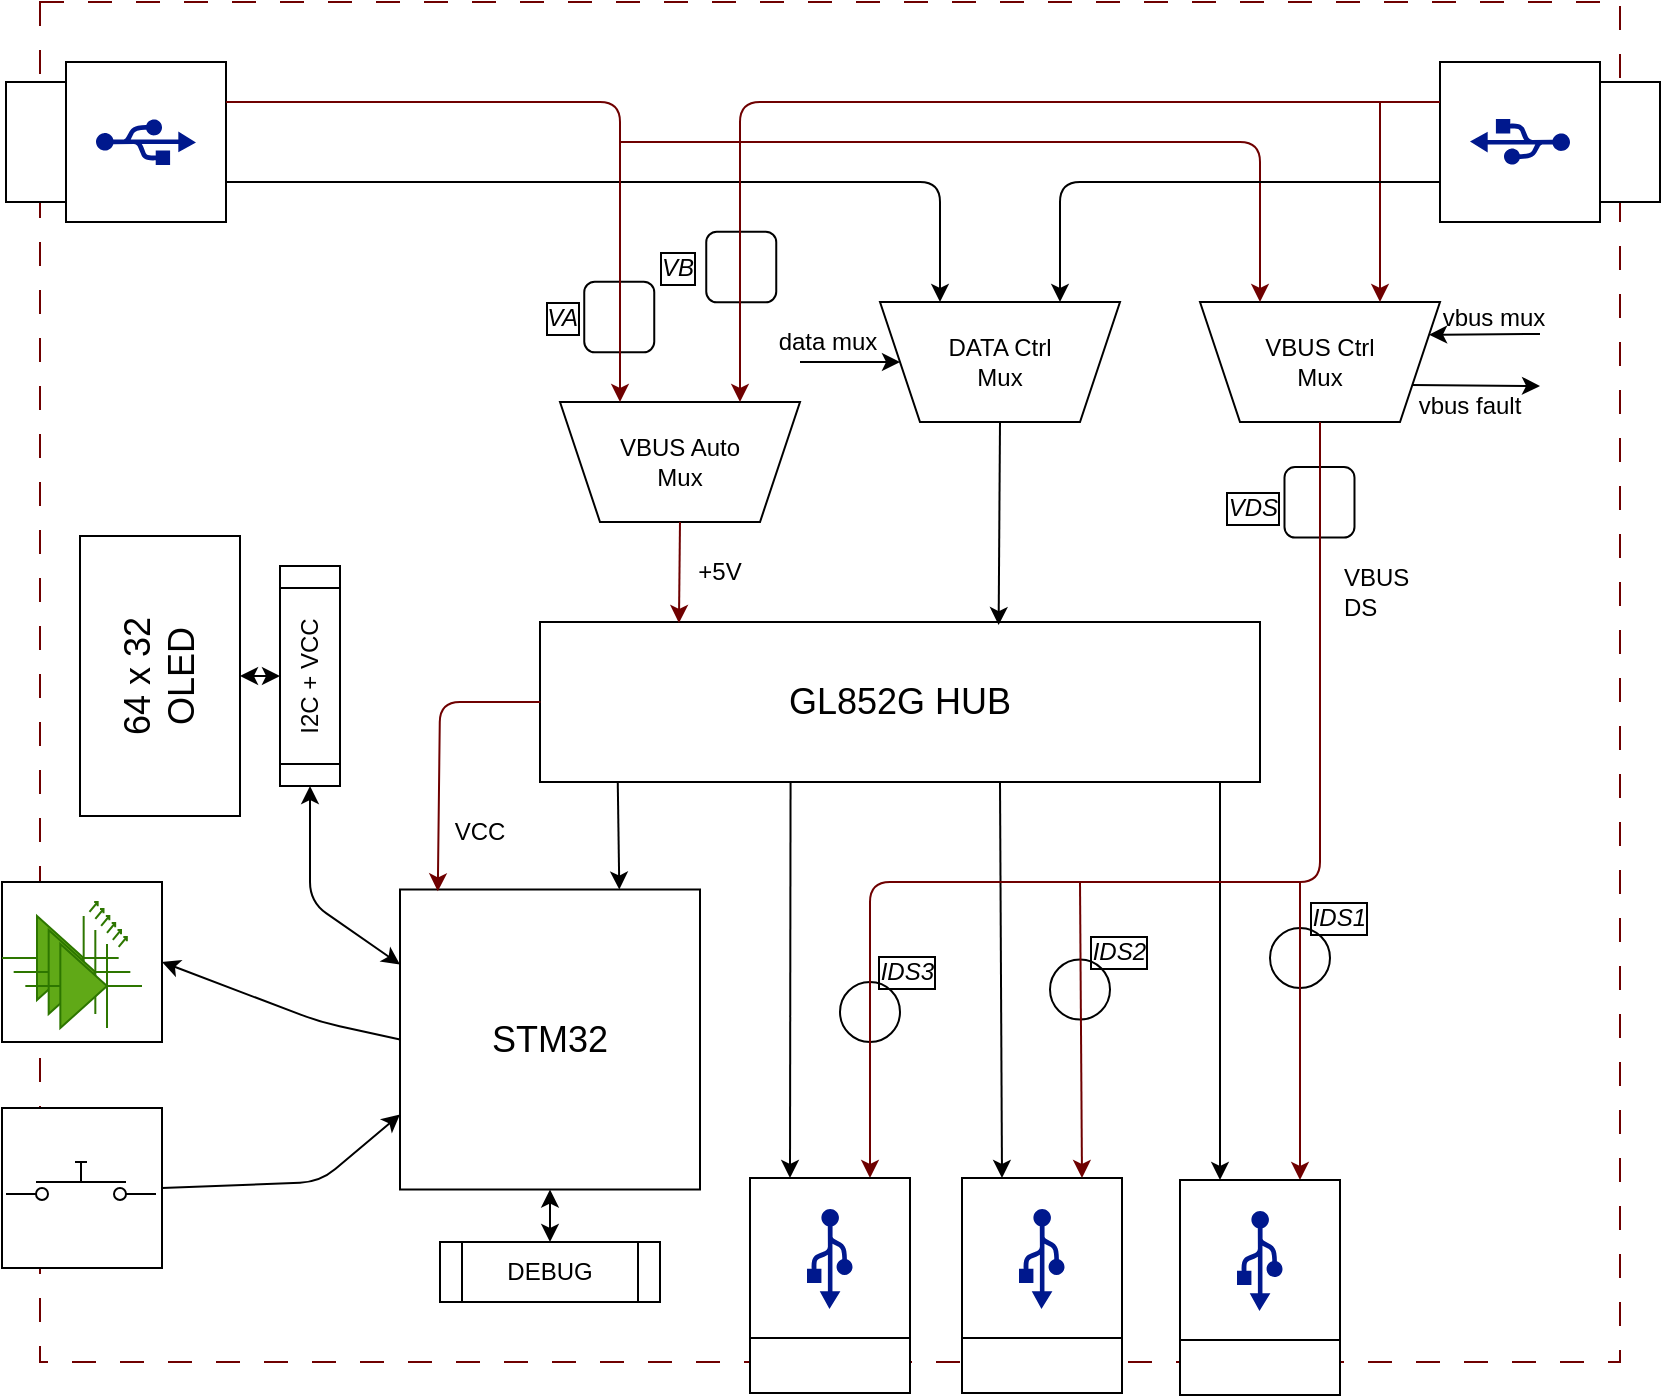
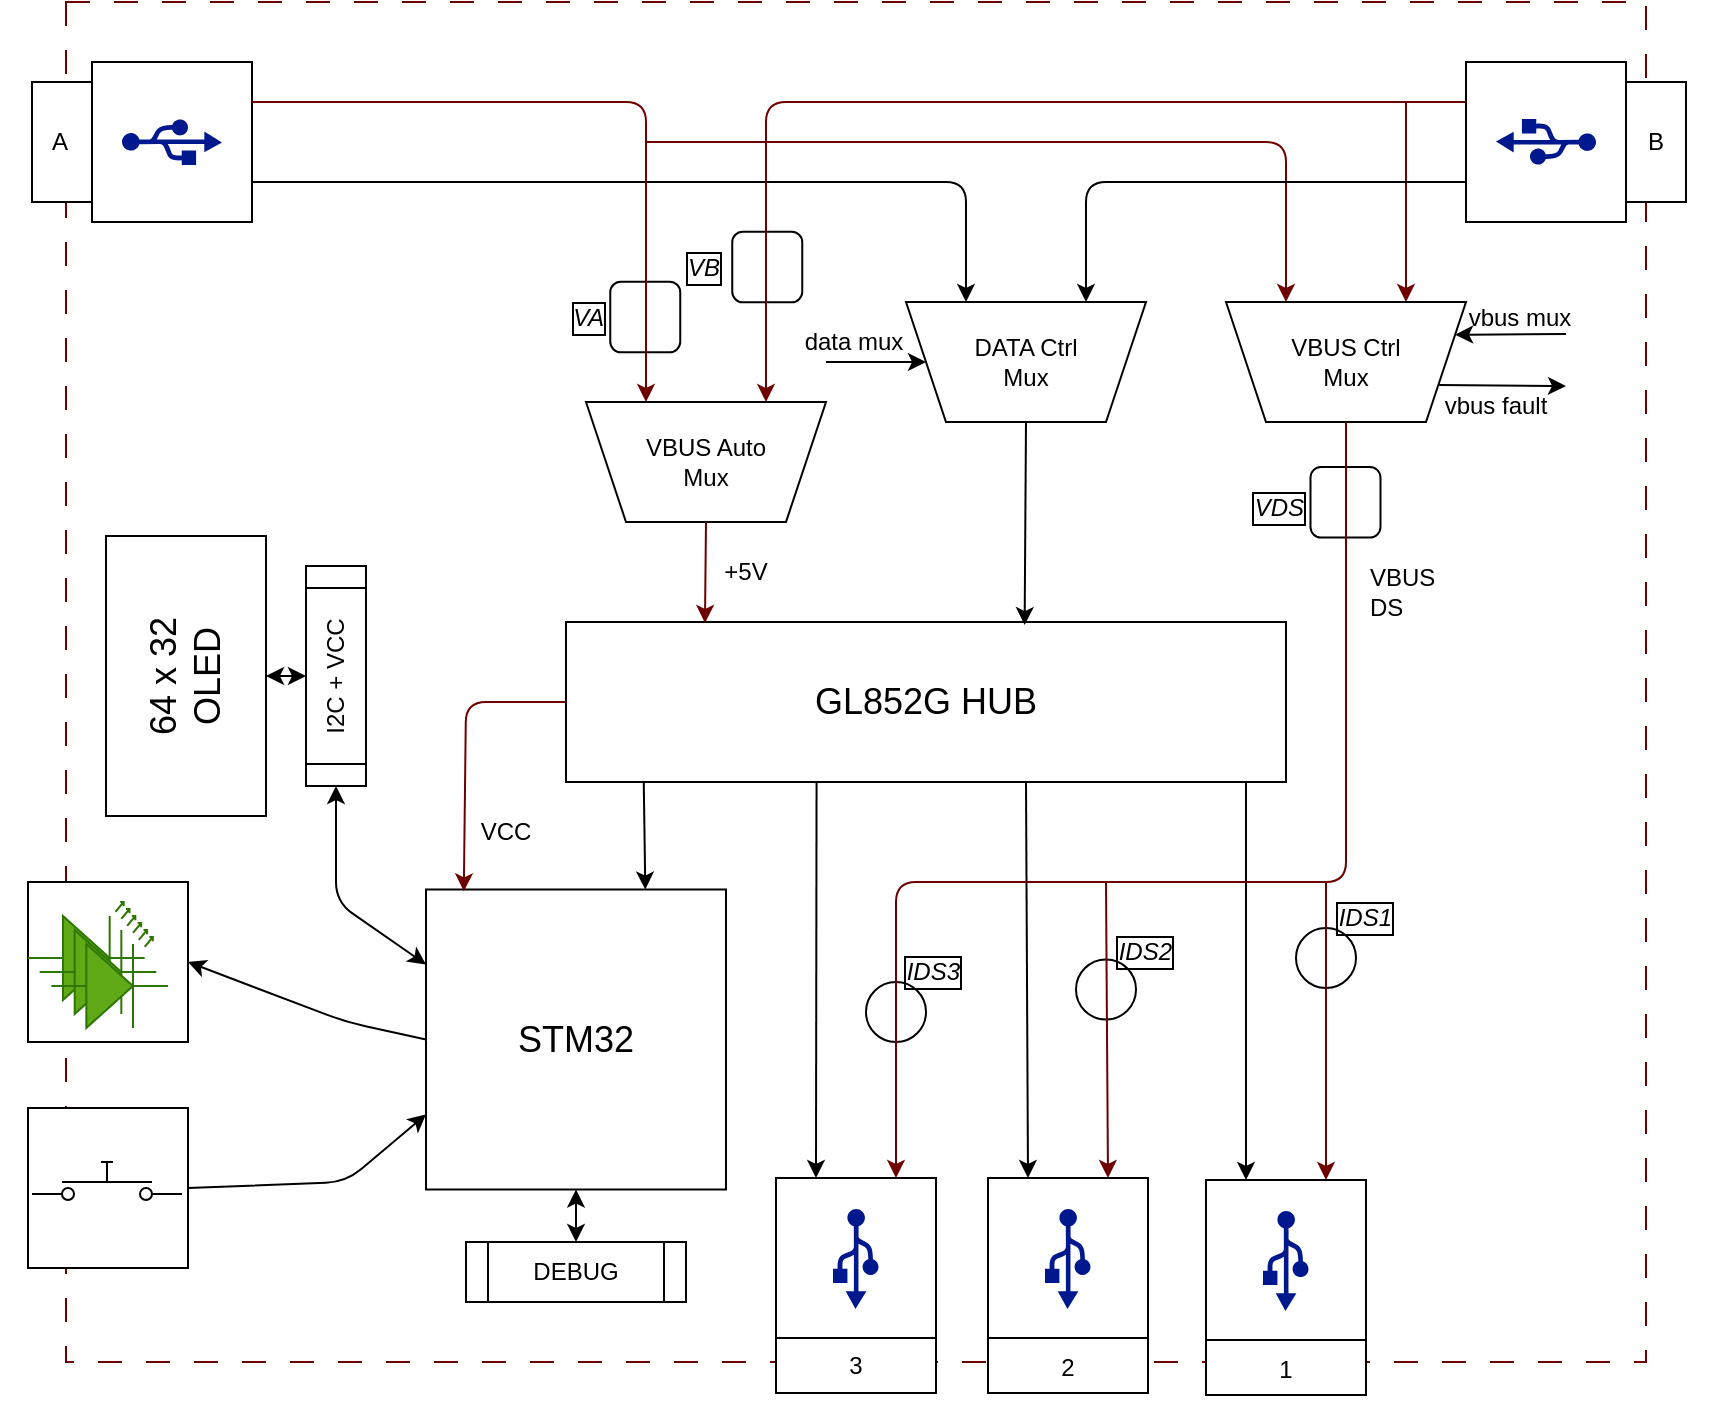
<mxfile host="65bd71144e">
    <diagram id="sAbK4xssbHi50nSDWy0u" name="Page-1">
-         <mxGraphModel dx="1819" dy="849" grid="1" gridSize="10" guides="1" tooltips="1" connect="1" arrows="1" fold="1" page="1" pageScale="1" pageWidth="1169" pageHeight="1654" math="0" shadow="0" adaptiveColors="auto">
+         <mxGraphModel dx="2098" dy="980" grid="1" gridSize="10" guides="1" tooltips="1" connect="1" arrows="1" fold="1" page="1" pageScale="1" pageWidth="1169" pageHeight="1654" math="0" shadow="0" adaptiveColors="auto">
            <root>
                <mxCell id="0"/>
                <mxCell id="1" parent="0"/>
                <mxCell id="285" value="" style="rounded=0;whiteSpace=wrap;html=1;dashed=1;dashPattern=12 12;fillColor=none;fontColor=#ffffff;strokeColor=#6F0000;" vertex="1" parent="1">
                    <mxGeometry x="100" y="530" width="790" height="680" as="geometry"/>
                </mxCell>
                <mxCell id="165" value="" style="group" vertex="1" connectable="0" parent="1">
                    <mxGeometry x="360" y="730" width="120" height="60" as="geometry"/>
                </mxCell>
                <mxCell id="163" value="&#xa;" style="shape=trapezoid;perimeter=trapezoidPerimeter;fixedSize=1;rotation=180;whiteSpace=wrap;labelPosition=center;verticalLabelPosition=middle;align=center;verticalAlign=middle;textDirection=ltr;horizontal=1;direction=east;flipH=1;flipV=0;" vertex="1" parent="165">
                    <mxGeometry width="120" height="60" as="geometry"/>
                </mxCell>
                <mxCell id="164" value="VBUS Auto Mux" style="text;strokeColor=none;align=center;fillColor=none;html=1;verticalAlign=middle;whiteSpace=wrap;rounded=0;" vertex="1" parent="165">
                    <mxGeometry x="25" y="15" width="70" height="30" as="geometry"/>
                </mxCell>
                <mxCell id="166" value="" style="group" vertex="1" connectable="0" parent="1">
                    <mxGeometry x="680" y="680" width="120" height="60" as="geometry"/>
                </mxCell>
                <mxCell id="167" value="&#xa;" style="shape=trapezoid;perimeter=trapezoidPerimeter;fixedSize=1;rotation=180;whiteSpace=wrap;labelPosition=center;verticalLabelPosition=middle;align=center;verticalAlign=middle;textDirection=ltr;horizontal=1;direction=east;flipH=1;flipV=0;" vertex="1" parent="166">
                    <mxGeometry width="120" height="60" as="geometry"/>
                </mxCell>
                <mxCell id="168" value="VBUS Ctrl Mux" style="text;strokeColor=none;align=center;fillColor=none;html=1;verticalAlign=middle;whiteSpace=wrap;rounded=0;" vertex="1" parent="166">
                    <mxGeometry x="30" y="15" width="60" height="30" as="geometry"/>
                </mxCell>
                <mxCell id="169" value="" style="group" vertex="1" connectable="0" parent="1">
                    <mxGeometry x="520" y="680" width="120" height="60" as="geometry"/>
                </mxCell>
                <mxCell id="170" value="&#xa;" style="shape=trapezoid;perimeter=trapezoidPerimeter;fixedSize=1;rotation=180;whiteSpace=wrap;labelPosition=center;verticalLabelPosition=middle;align=center;verticalAlign=middle;textDirection=ltr;horizontal=1;direction=east;flipH=1;flipV=0;" vertex="1" parent="169">
                    <mxGeometry width="120" height="60" as="geometry"/>
                </mxCell>
                <mxCell id="171" value="DATA Ctrl Mux" style="text;strokeColor=none;align=center;fillColor=none;html=1;verticalAlign=middle;whiteSpace=wrap;rounded=0;" vertex="1" parent="169">
                    <mxGeometry x="30" y="15" width="60" height="30" as="geometry"/>
                </mxCell>
                <mxCell id="172" value="&lt;font style=&quot;font-size: 18px;&quot;&gt;STM32&lt;/font&gt;" style="whiteSpace=wrap;html=1;aspect=fixed;" vertex="1" parent="1">
                    <mxGeometry x="280" y="973.75" width="150" height="150" as="geometry"/>
                </mxCell>
                <mxCell id="173" value="&lt;font style=&quot;font-size: 18px;&quot;&gt;GL852G HUB&lt;/font&gt;" style="whiteSpace=wrap;html=1;" vertex="1" parent="1">
                    <mxGeometry x="350" y="840" width="360" height="80" as="geometry"/>
                </mxCell>
                <mxCell id="200" value="&lt;div&gt;&lt;font style=&quot;font-size: 18px;&quot;&gt;64 x 32&lt;/font&gt;&lt;/div&gt;&lt;font style=&quot;font-size: 18px;&quot;&gt;OLED&lt;/font&gt;" style="whiteSpace=wrap;html=1;rotation=-90;" vertex="1" parent="1">
                    <mxGeometry x="90" y="827" width="140" height="80" as="geometry"/>
                </mxCell>
                <mxCell id="201" value="" style="group" vertex="1" connectable="0" parent="1">
                    <mxGeometry x="83" y="560" width="110" height="80" as="geometry"/>
                </mxCell>
                <mxCell id="158" value="" style="whiteSpace=wrap;html=1;" vertex="1" parent="201">
                    <mxGeometry y="10" width="30" height="60" as="geometry"/>
                </mxCell>
                <mxCell id="159" value="" style="group" vertex="1" connectable="0" parent="201">
                    <mxGeometry x="30" width="80" height="80" as="geometry"/>
                </mxCell>
                <mxCell id="157" value="" style="whiteSpace=wrap;html=1;aspect=fixed;" vertex="1" parent="159">
                    <mxGeometry width="80" height="80" as="geometry"/>
                </mxCell>
                <mxCell id="156" value="" style="sketch=0;aspect=fixed;pointerEvents=1;shadow=0;dashed=0;html=1;strokeColor=none;labelPosition=center;verticalLabelPosition=bottom;verticalAlign=top;align=center;fillColor=#00188D;shape=mxgraph.mscae.enterprise.usb" vertex="1" parent="159">
                    <mxGeometry x="15" y="28.5" width="50" height="23" as="geometry"/>
                </mxCell>
+                 <mxCell id="290" value="A" style="text;strokeColor=none;align=center;fillColor=none;html=1;verticalAlign=middle;whiteSpace=wrap;rounded=0;" vertex="1" parent="201">
+                     <mxGeometry x="-16" y="25" width="60" height="30" as="geometry"/>
+                 </mxCell>
                <mxCell id="202" value="" style="group;flipH=1;flipV=1;" vertex="1" connectable="0" parent="1">
-                     <mxGeometry x="800" y="560" width="110" height="80" as="geometry"/>
+                     <mxGeometry x="800" y="560" width="125" height="80" as="geometry"/>
                </mxCell>
                <mxCell id="203" value="" style="whiteSpace=wrap;html=1;" vertex="1" parent="202">
                    <mxGeometry x="80" y="10" width="30" height="60" as="geometry"/>
                </mxCell>
                <mxCell id="204" value="" style="group" vertex="1" connectable="0" parent="202">
                    <mxGeometry width="80" height="80" as="geometry"/>
                </mxCell>
                <mxCell id="205" value="" style="whiteSpace=wrap;html=1;aspect=fixed;" vertex="1" parent="204">
                    <mxGeometry width="80" height="80" as="geometry"/>
                </mxCell>
                <mxCell id="206" value="" style="sketch=0;aspect=fixed;pointerEvents=1;shadow=0;dashed=0;html=1;strokeColor=none;labelPosition=center;verticalLabelPosition=bottom;verticalAlign=top;align=center;fillColor=#00188D;shape=mxgraph.mscae.enterprise.usb;direction=west;" vertex="1" parent="204">
                    <mxGeometry x="15" y="28.5" width="50" height="23" as="geometry"/>
                </mxCell>
+                 <mxCell id="291" value="B" style="text;strokeColor=none;align=center;fillColor=none;html=1;verticalAlign=middle;whiteSpace=wrap;rounded=0;" vertex="1" parent="202">
+                     <mxGeometry x="65" y="25" width="60" height="30" as="geometry"/>
+                 </mxCell>
                <mxCell id="216" value="" style="endArrow=classic;html=1;fillColor=#a20025;strokeColor=#6F0000;" edge="1" parent="1">
                    <mxGeometry width="50" height="50" relative="1" as="geometry">
                        <mxPoint x="390" y="600" as="sourcePoint"/>
                        <mxPoint x="710" y="680" as="targetPoint"/>
                        <Array as="points">
                            <mxPoint x="390" y="600"/>
                            <mxPoint x="710" y="600"/>
                        </Array>
                    </mxGeometry>
                </mxCell>
                <mxCell id="218" value="" style="endArrow=classic;html=1;entryX=0.25;entryY=1;entryDx=0;entryDy=0;strokeColor=#6F0000;fillColor=#a20025;" edge="1" parent="1" target="167">
                    <mxGeometry width="50" height="50" relative="1" as="geometry">
                        <mxPoint x="770" y="580" as="sourcePoint"/>
                        <mxPoint x="630" y="550" as="targetPoint"/>
                    </mxGeometry>
                </mxCell>
                <mxCell id="219" value="" style="endArrow=classic;html=1;exitX=1;exitY=0.75;exitDx=0;exitDy=0;entryX=0.75;entryY=1;entryDx=0;entryDy=0;" edge="1" parent="1" source="157" target="170">
                    <mxGeometry width="50" height="50" relative="1" as="geometry">
                        <mxPoint x="360" y="620" as="sourcePoint"/>
                        <mxPoint x="630" y="550" as="targetPoint"/>
                        <Array as="points">
                            <mxPoint x="550" y="620"/>
                        </Array>
                    </mxGeometry>
                </mxCell>
                <mxCell id="220" value="" style="endArrow=classic;html=1;exitX=0;exitY=0.75;exitDx=0;exitDy=0;entryX=0.25;entryY=1;entryDx=0;entryDy=0;" edge="1" parent="1" source="205" target="170">
                    <mxGeometry width="50" height="50" relative="1" as="geometry">
                        <mxPoint x="365" y="630" as="sourcePoint"/>
                        <mxPoint x="560" y="690" as="targetPoint"/>
                        <Array as="points">
                            <mxPoint x="610" y="620"/>
                        </Array>
                    </mxGeometry>
                </mxCell>
                <mxCell id="221" value="" style="endArrow=classic;html=1;exitX=0.5;exitY=0;exitDx=0;exitDy=0;entryX=0.637;entryY=0.019;entryDx=0;entryDy=0;entryPerimeter=0;" edge="1" parent="1" source="170" target="173">
                    <mxGeometry width="50" height="50" relative="1" as="geometry">
                        <mxPoint x="570" y="720" as="sourcePoint"/>
                        <mxPoint x="620" y="670" as="targetPoint"/>
                    </mxGeometry>
                </mxCell>
                <mxCell id="222" value="" style="endArrow=classic;html=1;exitX=0.348;exitY=0.993;exitDx=0;exitDy=0;exitPerimeter=0;entryX=0;entryY=0.75;entryDx=0;entryDy=0;" edge="1" parent="1" source="173" target="179">
                    <mxGeometry width="50" height="50" relative="1" as="geometry">
                        <mxPoint x="479.51" y="920" as="sourcePoint"/>
                        <mxPoint x="479.47" y="1019.52" as="targetPoint"/>
                    </mxGeometry>
                </mxCell>
                <mxCell id="224" value="" style="endArrow=classic;html=1;entryX=0;entryY=0.75;entryDx=0;entryDy=0;exitX=0.5;exitY=1;exitDx=0;exitDy=0;" edge="1" parent="1" target="190">
                    <mxGeometry width="50" height="50" relative="1" as="geometry">
                        <mxPoint x="580" y="920" as="sourcePoint"/>
                        <mxPoint x="581" y="1020" as="targetPoint"/>
                    </mxGeometry>
                </mxCell>
                <mxCell id="226" value="" style="endArrow=classic;html=1;exitX=0.871;exitY=0.996;exitDx=0;exitDy=0;exitPerimeter=0;entryX=0;entryY=0.75;entryDx=0;entryDy=0;" edge="1" parent="1" target="196">
                    <mxGeometry width="50" height="50" relative="1" as="geometry">
                        <mxPoint x="690" y="919.6799999999998" as="sourcePoint"/>
                        <mxPoint x="690.28" y="1020" as="targetPoint"/>
                    </mxGeometry>
                </mxCell>
                <mxCell id="231" value="" style="ellipse;whiteSpace=wrap;html=1;aspect=fixed;" vertex="1" parent="1">
                    <mxGeometry x="500" y="1020" width="30" height="30" as="geometry"/>
                </mxCell>
                <mxCell id="225" value="" style="group" vertex="1" connectable="0" parent="1">
-                     <mxGeometry x="561" y="1118" width="80" height="107.5" as="geometry"/>
+                     <mxGeometry x="561" y="1118" width="80" height="110" as="geometry"/>
                </mxCell>
                <mxCell id="189" value="" style="group;rotation=90;" vertex="1" connectable="0" parent="225">
                    <mxGeometry width="80" height="80" as="geometry"/>
                </mxCell>
                <mxCell id="190" value="" style="whiteSpace=wrap;html=1;aspect=fixed;rotation=90;" vertex="1" parent="189">
                    <mxGeometry width="80" height="80" as="geometry"/>
                </mxCell>
                <mxCell id="191" value="" style="sketch=0;aspect=fixed;pointerEvents=1;shadow=0;dashed=0;html=1;strokeColor=none;labelPosition=center;verticalLabelPosition=bottom;verticalAlign=top;align=center;fillColor=#00188D;shape=mxgraph.mscae.enterprise.usb;rotation=90;" vertex="1" parent="189">
                    <mxGeometry x="15" y="29" width="50" height="23" as="geometry"/>
                </mxCell>
                <mxCell id="192" value="" style="whiteSpace=wrap;html=1;rotation=90;" vertex="1" parent="225">
                    <mxGeometry x="26.25" y="53.75" width="27.5" height="80" as="geometry"/>
+                 </mxCell>
+                 <mxCell id="288" value="2" style="text;strokeColor=none;align=center;fillColor=none;html=1;verticalAlign=middle;whiteSpace=wrap;rounded=0;" vertex="1" parent="225">
+                     <mxGeometry x="10" y="80" width="60" height="30" as="geometry"/>
                </mxCell>
                <mxCell id="235" value="" style="ellipse;whiteSpace=wrap;html=1;aspect=fixed;" vertex="1" parent="1">
                    <mxGeometry x="605" y="1008.75" width="30" height="30" as="geometry"/>
                </mxCell>
                <mxCell id="240" value="" style="ellipse;whiteSpace=wrap;html=1;aspect=fixed;" vertex="1" parent="1">
                    <mxGeometry x="715" y="993" width="30" height="30" as="geometry"/>
                </mxCell>
                <mxCell id="228" value="" style="endArrow=classic;html=1;entryX=0;entryY=0.25;entryDx=0;entryDy=0;fillColor=#a20025;strokeColor=#6F0000;" edge="1" parent="1" target="190">
                    <mxGeometry width="50" height="50" relative="1" as="geometry">
                        <mxPoint x="620" y="970" as="sourcePoint"/>
                        <mxPoint x="550" y="850" as="targetPoint"/>
                    </mxGeometry>
                </mxCell>
                <mxCell id="229" value="" style="endArrow=classic;html=1;entryX=0;entryY=0.25;entryDx=0;entryDy=0;fillColor=#a20025;strokeColor=#6F0000;" edge="1" parent="1" target="196">
                    <mxGeometry width="50" height="50" relative="1" as="geometry">
                        <mxPoint x="730" y="970" as="sourcePoint"/>
                        <mxPoint x="730" y="1020" as="targetPoint"/>
                    </mxGeometry>
                </mxCell>
                <mxCell id="241" value="" style="rounded=1;whiteSpace=wrap;html=1;rotation=90;" vertex="1" parent="1">
                    <mxGeometry x="722.12" y="762.63" width="35.25" height="35" as="geometry"/>
                </mxCell>
                <mxCell id="227" value="" style="endArrow=classic;html=1;entryX=0;entryY=0.25;entryDx=0;entryDy=0;exitX=0.5;exitY=0;exitDx=0;exitDy=0;fillColor=#a20025;strokeColor=#6F0000;" edge="1" parent="1" source="167" target="179">
                    <mxGeometry width="50" height="50" relative="1" as="geometry">
                        <mxPoint x="480" y="900" as="sourcePoint"/>
                        <mxPoint x="530" y="850" as="targetPoint"/>
                        <Array as="points">
                            <mxPoint x="740" y="970"/>
                            <mxPoint x="515" y="970"/>
                        </Array>
                    </mxGeometry>
                </mxCell>
                <mxCell id="243" value="" style="rounded=1;whiteSpace=wrap;html=1;rotation=90;" vertex="1" parent="1">
                    <mxGeometry x="372" y="670" width="35.25" height="35" as="geometry"/>
                </mxCell>
                <mxCell id="244" value="" style="rounded=1;whiteSpace=wrap;html=1;rotation=90;" vertex="1" parent="1">
                    <mxGeometry x="433" y="645" width="35.25" height="35" as="geometry"/>
                </mxCell>
                <mxCell id="246" value="" style="endArrow=classic;html=1;entryX=0.193;entryY=0.006;entryDx=0;entryDy=0;entryPerimeter=0;fillColor=#a20025;strokeColor=light-dark(#6F0000,#CC0000);" edge="1" parent="1" target="173">
                    <mxGeometry width="50" height="50" relative="1" as="geometry">
                        <mxPoint x="420" y="790" as="sourcePoint"/>
                        <mxPoint x="418" y="830" as="targetPoint"/>
                    </mxGeometry>
                </mxCell>
                <mxCell id="247" value="" style="endArrow=classic;html=1;exitX=0.137;exitY=1.006;exitDx=0;exitDy=0;exitPerimeter=0;entryX=0.126;entryY=0.006;entryDx=0;entryDy=0;entryPerimeter=0;fillColor=#a20025;strokeColor=light-dark(#6F0000,#CC0000);" edge="1" parent="1" target="172">
                    <mxGeometry width="50" height="50" relative="1" as="geometry">
                        <mxPoint x="350.22" y="880" as="sourcePoint"/>
                        <mxPoint x="300" y="970" as="targetPoint"/>
                        <Array as="points">
                            <mxPoint x="300" y="880"/>
                        </Array>
                    </mxGeometry>
                </mxCell>
                <mxCell id="248" value="" style="endArrow=classic;html=1;entryX=0.731;entryY=0;entryDx=0;entryDy=0;entryPerimeter=0;exitX=0.108;exitY=1.002;exitDx=0;exitDy=0;exitPerimeter=0;" edge="1" parent="1" source="173" target="172">
                    <mxGeometry width="50" height="50" relative="1" as="geometry">
                        <mxPoint x="350" y="950" as="sourcePoint"/>
                        <mxPoint x="400" y="900" as="targetPoint"/>
                    </mxGeometry>
                </mxCell>
                <mxCell id="251" value="" style="group" vertex="1" connectable="0" parent="1">
                    <mxGeometry x="81" y="970" width="80" height="80" as="geometry"/>
                </mxCell>
                <mxCell id="249" value="" style="whiteSpace=wrap;html=1;aspect=fixed;" vertex="1" parent="251">
                    <mxGeometry width="80" height="80" as="geometry"/>
                </mxCell>
                <mxCell id="250" value="" style="group" vertex="1" connectable="0" parent="251">
                    <mxGeometry y="10" width="70" height="70" as="geometry"/>
                </mxCell>
                <mxCell id="115" value="" style="verticalLabelPosition=bottom;shadow=0;dashed=0;align=center;html=1;verticalAlign=top;shape=mxgraph.electrical.opto_electronics.led_2;pointerEvents=1;fillStyle=solid;fillColor=light-dark(#60A917,#CC0000);fontColor=#ffffff;strokeColor=#2D7600;" vertex="1" parent="250">
                    <mxGeometry width="58.333333333333336" height="49" as="geometry"/>
                </mxCell>
                <mxCell id="116" value="" style="verticalLabelPosition=bottom;shadow=0;dashed=0;align=center;html=1;verticalAlign=top;shape=mxgraph.electrical.opto_electronics.led_2;pointerEvents=1;fillStyle=solid;fillColor=light-dark(#60A917,#60A917);fontColor=#ffffff;strokeColor=#2D7600;" vertex="1" parent="250">
                    <mxGeometry x="5.833333333333334" y="7" width="58.333333333333336" height="49" as="geometry"/>
                </mxCell>
                <mxCell id="117" value="" style="verticalLabelPosition=bottom;shadow=0;dashed=0;align=center;html=1;verticalAlign=top;shape=mxgraph.electrical.opto_electronics.led_2;pointerEvents=1;fillStyle=solid;fillColor=light-dark(#60A917,#0000FF);fontColor=#ffffff;strokeColor=#2D7600;" vertex="1" parent="250">
                    <mxGeometry x="11.666666666666668" y="14" width="58.333333333333336" height="49" as="geometry"/>
                </mxCell>
                <mxCell id="253" value="" style="group" vertex="1" connectable="0" parent="1">
                    <mxGeometry x="81" y="1083" width="80" height="80" as="geometry"/>
                </mxCell>
                <mxCell id="252" value="" style="whiteSpace=wrap;html=1;aspect=fixed;" vertex="1" parent="253">
                    <mxGeometry width="80" height="80" as="geometry"/>
                </mxCell>
                <mxCell id="118" value="" style="html=1;shape=mxgraph.electrical.electro-mechanical.pushbutton;aspect=fixed;elSwitchState=off;" vertex="1" parent="253">
                    <mxGeometry x="2" y="27" width="75" height="20" as="geometry"/>
                </mxCell>
                <mxCell id="254" value="DEBUG" style="shape=process;whiteSpace=wrap;html=1;backgroundOutline=1;" vertex="1" parent="1">
                    <mxGeometry x="300" y="1150" width="110" height="30" as="geometry"/>
                </mxCell>
                <mxCell id="255" value="I2C + VCC" style="shape=process;whiteSpace=wrap;html=1;backgroundOutline=1;rotation=-90;" vertex="1" parent="1">
                    <mxGeometry x="180" y="852" width="110" height="30" as="geometry"/>
                </mxCell>
                <mxCell id="256" value="" style="endArrow=classic;startArrow=classic;html=1;entryX=0;entryY=0.5;entryDx=0;entryDy=0;exitX=0;exitY=0.25;exitDx=0;exitDy=0;" edge="1" parent="1" source="172" target="255">
                    <mxGeometry width="50" height="50" relative="1" as="geometry">
                        <mxPoint x="240" y="1030" as="sourcePoint"/>
                        <mxPoint x="290" y="980" as="targetPoint"/>
                        <Array as="points">
                            <mxPoint x="235" y="980"/>
                            <mxPoint x="235" y="960"/>
                        </Array>
                    </mxGeometry>
                </mxCell>
                <mxCell id="257" value="" style="endArrow=classic;html=1;exitX=0;exitY=0.5;exitDx=0;exitDy=0;entryX=1;entryY=0.5;entryDx=0;entryDy=0;" edge="1" parent="1" source="172" target="249">
                    <mxGeometry width="50" height="50" relative="1" as="geometry">
                        <mxPoint x="240" y="1030" as="sourcePoint"/>
                        <mxPoint x="290" y="980" as="targetPoint"/>
                        <Array as="points">
                            <mxPoint x="240" y="1040"/>
                        </Array>
                    </mxGeometry>
                </mxCell>
                <mxCell id="259" value="" style="endArrow=classic;html=1;exitX=1;exitY=0.5;exitDx=0;exitDy=0;entryX=0;entryY=0.75;entryDx=0;entryDy=0;" edge="1" parent="1" source="252" target="172">
                    <mxGeometry width="50" height="50" relative="1" as="geometry">
                        <mxPoint x="195" y="1260" as="sourcePoint"/>
                        <mxPoint x="245" y="1210" as="targetPoint"/>
                        <Array as="points">
                            <mxPoint x="240" y="1120"/>
                        </Array>
                    </mxGeometry>
                </mxCell>
                <mxCell id="260" value="" style="endArrow=classic;startArrow=classic;html=1;exitX=0.5;exitY=1;exitDx=0;exitDy=0;entryX=0.5;entryY=0;entryDx=0;entryDy=0;" edge="1" parent="1" source="200" target="255">
                    <mxGeometry width="50" height="50" relative="1" as="geometry">
                        <mxPoint x="240" y="1030" as="sourcePoint"/>
                        <mxPoint x="290" y="980" as="targetPoint"/>
                    </mxGeometry>
                </mxCell>
                <mxCell id="261" value="VCC" style="text;strokeColor=none;align=center;fillColor=none;html=1;verticalAlign=middle;whiteSpace=wrap;rounded=0;" vertex="1" parent="1">
                    <mxGeometry x="290" y="930" width="60" height="30" as="geometry"/>
                </mxCell>
                <mxCell id="262" value="+5V" style="text;strokeColor=none;align=center;fillColor=none;html=1;verticalAlign=middle;whiteSpace=wrap;rounded=0;" vertex="1" parent="1">
                    <mxGeometry x="410" y="800" width="60" height="30" as="geometry"/>
                </mxCell>
                <mxCell id="263" value="VBUS&amp;nbsp;&lt;div&gt;DS&lt;/div&gt;" style="text;strokeColor=none;align=left;fillColor=none;html=1;verticalAlign=middle;whiteSpace=wrap;rounded=0;" vertex="1" parent="1">
                    <mxGeometry x="750" y="810" width="60" height="30" as="geometry"/>
                </mxCell>
                <mxCell id="264" value="VDS" style="text;strokeColor=none;align=right;fillColor=none;html=1;verticalAlign=middle;whiteSpace=wrap;rounded=0;fontStyle=2;labelBorderColor=default;" vertex="1" parent="1">
                    <mxGeometry x="662.12" y="767.63" width="60" height="30" as="geometry"/>
                </mxCell>
                <mxCell id="265" value="VA" style="text;strokeColor=none;align=right;fillColor=none;html=1;verticalAlign=middle;whiteSpace=wrap;rounded=0;fontStyle=2;labelBorderColor=default;" vertex="1" parent="1">
                    <mxGeometry x="312" y="672.5" width="60" height="30" as="geometry"/>
                </mxCell>
                <mxCell id="266" value="VB" style="text;strokeColor=none;align=right;fillColor=none;html=1;verticalAlign=middle;whiteSpace=wrap;rounded=0;fontStyle=2;labelBorderColor=default;" vertex="1" parent="1">
                    <mxGeometry x="370" y="647.5" width="60" height="30" as="geometry"/>
                </mxCell>
                <mxCell id="267" value="IDS3" style="text;strokeColor=none;align=right;fillColor=none;html=1;verticalAlign=middle;whiteSpace=wrap;rounded=0;fontStyle=2;labelBorderColor=default;" vertex="1" parent="1">
                    <mxGeometry x="490" y="1000" width="60" height="30" as="geometry"/>
                </mxCell>
                <mxCell id="268" value="IDS2" style="text;strokeColor=none;align=right;fillColor=none;html=1;verticalAlign=middle;whiteSpace=wrap;rounded=0;fontStyle=2;labelBorderColor=default;" vertex="1" parent="1">
                    <mxGeometry x="596" y="990" width="60" height="30" as="geometry"/>
                </mxCell>
                <mxCell id="269" value="IDS1" style="text;strokeColor=none;align=right;fillColor=none;html=1;verticalAlign=middle;whiteSpace=wrap;rounded=0;fontStyle=2;labelBorderColor=default;" vertex="1" parent="1">
                    <mxGeometry x="705.74" y="972.75" width="60" height="30" as="geometry"/>
                </mxCell>
                <mxCell id="215" style="edgeStyle=none;html=1;entryX=0.25;entryY=1;entryDx=0;entryDy=0;exitX=0;exitY=0.25;exitDx=0;exitDy=0;fillColor=#a20025;strokeColor=light-dark(#6F0000,#CC0000);" edge="1" parent="1" source="205" target="163">
                    <mxGeometry relative="1" as="geometry">
                        <mxPoint x="730" y="580" as="sourcePoint"/>
                        <mxPoint x="455" y="680" as="targetPoint"/>
                        <Array as="points">
                            <mxPoint x="450" y="580"/>
                        </Array>
                    </mxGeometry>
                </mxCell>
                <mxCell id="213" style="edgeStyle=none;html=1;exitX=1;exitY=0.25;exitDx=0;exitDy=0;entryX=0.75;entryY=1;entryDx=0;entryDy=0;fillColor=#a20025;strokeColor=light-dark(#6F0000,#CC0000);" edge="1" parent="1" source="157" target="163">
                    <mxGeometry relative="1" as="geometry">
                        <Array as="points">
                            <mxPoint x="390" y="580"/>
                        </Array>
                    </mxGeometry>
                </mxCell>
                <mxCell id="270" value="" style="endArrow=classic;startArrow=classic;html=1;entryX=0.5;entryY=1;entryDx=0;entryDy=0;exitX=0.5;exitY=0;exitDx=0;exitDy=0;" edge="1" parent="1" source="254" target="172">
                    <mxGeometry width="50" height="50" relative="1" as="geometry">
                        <mxPoint x="350" y="1150" as="sourcePoint"/>
                        <mxPoint x="400" y="1100" as="targetPoint"/>
                    </mxGeometry>
                </mxCell>
                <mxCell id="275" value="" style="endArrow=classic;html=1;" edge="1" parent="1">
                    <mxGeometry width="50" height="50" relative="1" as="geometry">
                        <mxPoint x="480" y="710" as="sourcePoint"/>
                        <mxPoint x="530" y="710" as="targetPoint"/>
                    </mxGeometry>
                </mxCell>
                <mxCell id="276" value="" style="endArrow=classic;html=1;entryX=0;entryY=0.75;entryDx=0;entryDy=0;" edge="1" parent="1" target="167">
                    <mxGeometry width="50" height="50" relative="1" as="geometry">
                        <mxPoint x="850" y="696" as="sourcePoint"/>
                        <mxPoint x="540" y="720" as="targetPoint"/>
                    </mxGeometry>
                </mxCell>
                <mxCell id="277" value="" style="endArrow=classic;html=1;exitX=0;exitY=0.25;exitDx=0;exitDy=0;" edge="1" parent="1" source="167">
                    <mxGeometry width="50" height="50" relative="1" as="geometry">
                        <mxPoint x="860" y="706" as="sourcePoint"/>
                        <mxPoint x="850" y="722" as="targetPoint"/>
                    </mxGeometry>
                </mxCell>
                <mxCell id="278" value="vbus mux" style="text;strokeColor=none;align=center;fillColor=none;html=1;verticalAlign=middle;whiteSpace=wrap;rounded=0;" vertex="1" parent="1">
                    <mxGeometry x="797" y="673" width="60" height="30" as="geometry"/>
                </mxCell>
                <mxCell id="279" value="vbus fault" style="text;strokeColor=none;align=center;fillColor=none;html=1;verticalAlign=middle;whiteSpace=wrap;rounded=0;" vertex="1" parent="1">
                    <mxGeometry x="785" y="717" width="60" height="30" as="geometry"/>
                </mxCell>
                <mxCell id="281" value="data mux" style="text;strokeColor=none;align=center;fillColor=none;html=1;verticalAlign=middle;whiteSpace=wrap;rounded=0;" vertex="1" parent="1">
                    <mxGeometry x="464" y="685" width="60" height="30" as="geometry"/>
                </mxCell>
                <mxCell id="283" value="" style="group" vertex="1" connectable="0" parent="1">
                    <mxGeometry x="455" y="1118" width="80" height="107.5" as="geometry"/>
                </mxCell>
                <mxCell id="178" value="" style="group;rotation=90;" vertex="1" connectable="0" parent="283">
                    <mxGeometry width="80" height="80" as="geometry"/>
                </mxCell>
                <mxCell id="179" value="" style="whiteSpace=wrap;html=1;aspect=fixed;rotation=90;" vertex="1" parent="178">
                    <mxGeometry width="80" height="80" as="geometry"/>
                </mxCell>
                <mxCell id="180" value="" style="sketch=0;aspect=fixed;pointerEvents=1;shadow=0;dashed=0;html=1;strokeColor=none;labelPosition=center;verticalLabelPosition=bottom;verticalAlign=top;align=center;fillColor=#00188D;shape=mxgraph.mscae.enterprise.usb;rotation=90;" vertex="1" parent="178">
                    <mxGeometry x="15" y="29" width="50" height="23" as="geometry"/>
                </mxCell>
                <mxCell id="184" value="" style="whiteSpace=wrap;html=1;rotation=90;" vertex="1" parent="283">
                    <mxGeometry x="26.25" y="53.75" width="27.5" height="80" as="geometry"/>
                </mxCell>
+                 <mxCell id="289" value="3" style="text;strokeColor=none;align=center;fillColor=none;html=1;verticalAlign=middle;whiteSpace=wrap;rounded=0;" vertex="1" parent="283">
+                     <mxGeometry x="10" y="78.5" width="60" height="30" as="geometry"/>
+                 </mxCell>
                <mxCell id="284" value="" style="group" vertex="1" connectable="0" parent="1">
-                     <mxGeometry x="670" y="1119" width="80" height="107.5" as="geometry"/>
+                     <mxGeometry x="670" y="1119" width="80" height="110" as="geometry"/>
                </mxCell>
                <mxCell id="195" value="" style="group;rotation=90;" vertex="1" connectable="0" parent="284">
                    <mxGeometry width="80" height="80" as="geometry"/>
                </mxCell>
                <mxCell id="196" value="" style="whiteSpace=wrap;html=1;aspect=fixed;rotation=90;" vertex="1" parent="195">
                    <mxGeometry width="80" height="80" as="geometry"/>
                </mxCell>
                <mxCell id="197" value="" style="sketch=0;aspect=fixed;pointerEvents=1;shadow=0;dashed=0;html=1;strokeColor=none;labelPosition=center;verticalLabelPosition=bottom;verticalAlign=top;align=center;fillColor=#00188D;shape=mxgraph.mscae.enterprise.usb;rotation=90;" vertex="1" parent="195">
                    <mxGeometry x="15" y="29" width="50" height="23" as="geometry"/>
                </mxCell>
                <mxCell id="198" value="" style="whiteSpace=wrap;html=1;rotation=90;" vertex="1" parent="284">
                    <mxGeometry x="26.25" y="53.75" width="27.5" height="80" as="geometry"/>
+                 </mxCell>
+                 <mxCell id="287" value="1" style="text;strokeColor=none;align=center;fillColor=none;html=1;verticalAlign=middle;whiteSpace=wrap;rounded=0;" vertex="1" parent="284">
+                     <mxGeometry x="10" y="80" width="60" height="30" as="geometry"/>
                </mxCell>
            </root>
        </mxGraphModel>
    </diagram>
</mxfile>